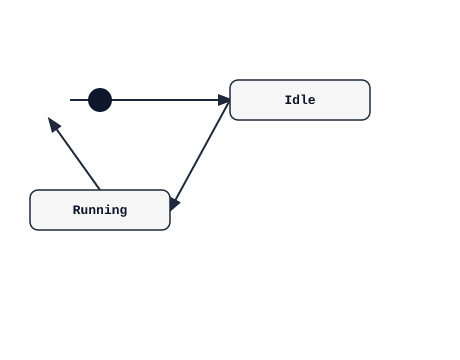
Before: tests/visual_baselines/state/01_basic.png, a diagram exported from PlantUML (alliecatowo/puml). Its source is kept beside it as docs/examples/class/01_basic.puml. The source it was exported from:
```plantuml
@startuml
class Animal
class Dog
Animal --> Dog : parent of
@enduml
```
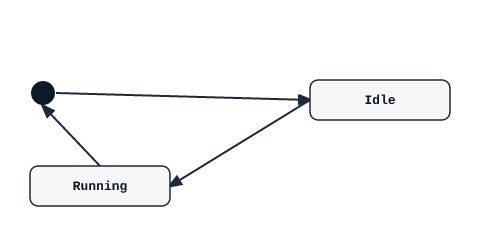
The same diagram one commit later.

Change to the diagram source:
```diff
@@ -1,5 +1,12 @@
 @startuml
-class Animal
-class Dog
-Animal --> Dog : parent of
+class Animal {
+  +name: String
+  +age: Int
+  +speak()
+}
+class Dog {
+  +breed: String
+  +fetch()
+}
+Animal --> Dog : owns
 @enduml
```
